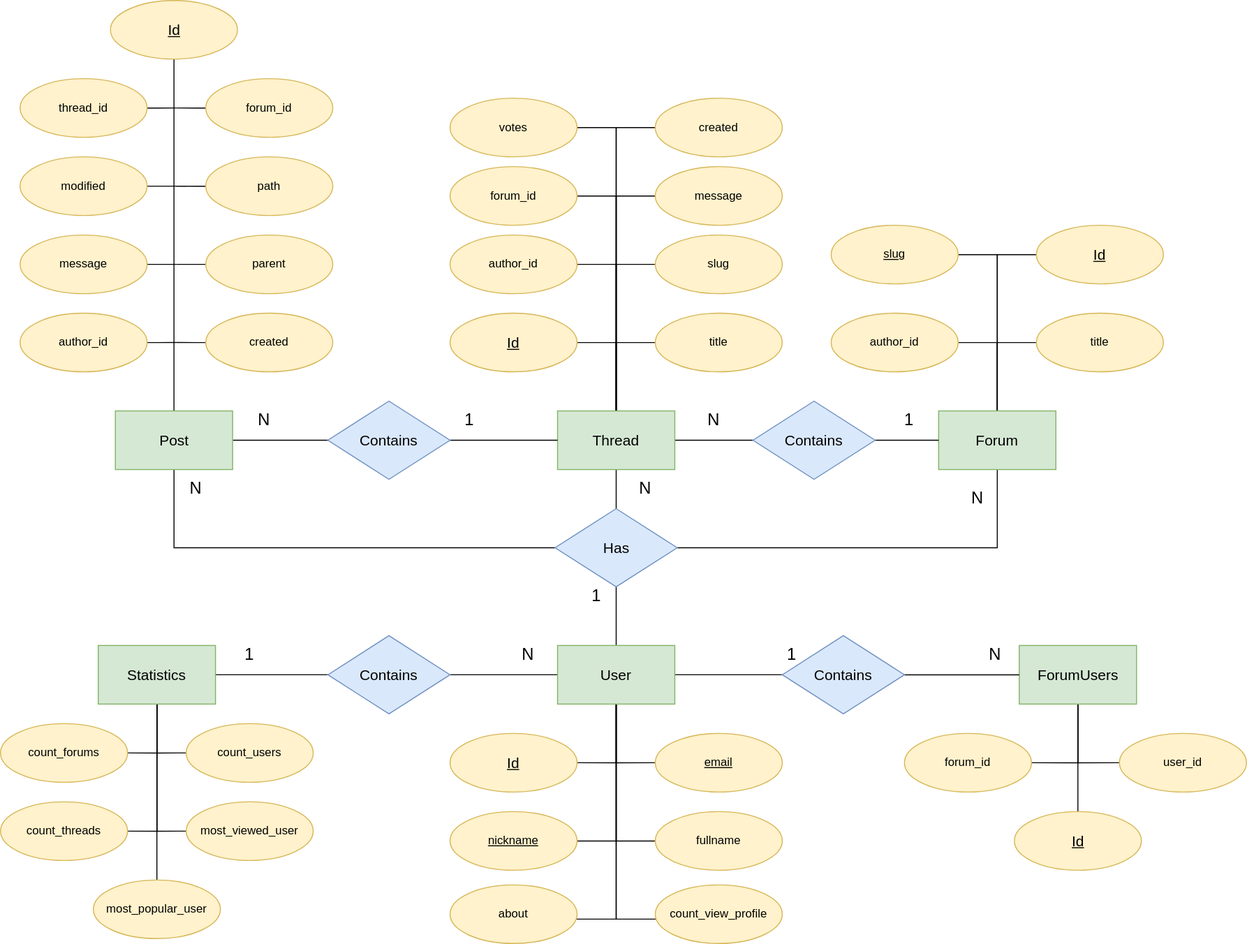
The draw.io diagram src/main/resources/ER.svg in viktorZebra/Web-Blog, before a commit. Source tidied: cells renumbered, new cells last; positions are measured from the earlier drawing's top-left corner, leaving out a move shared by most shapes.
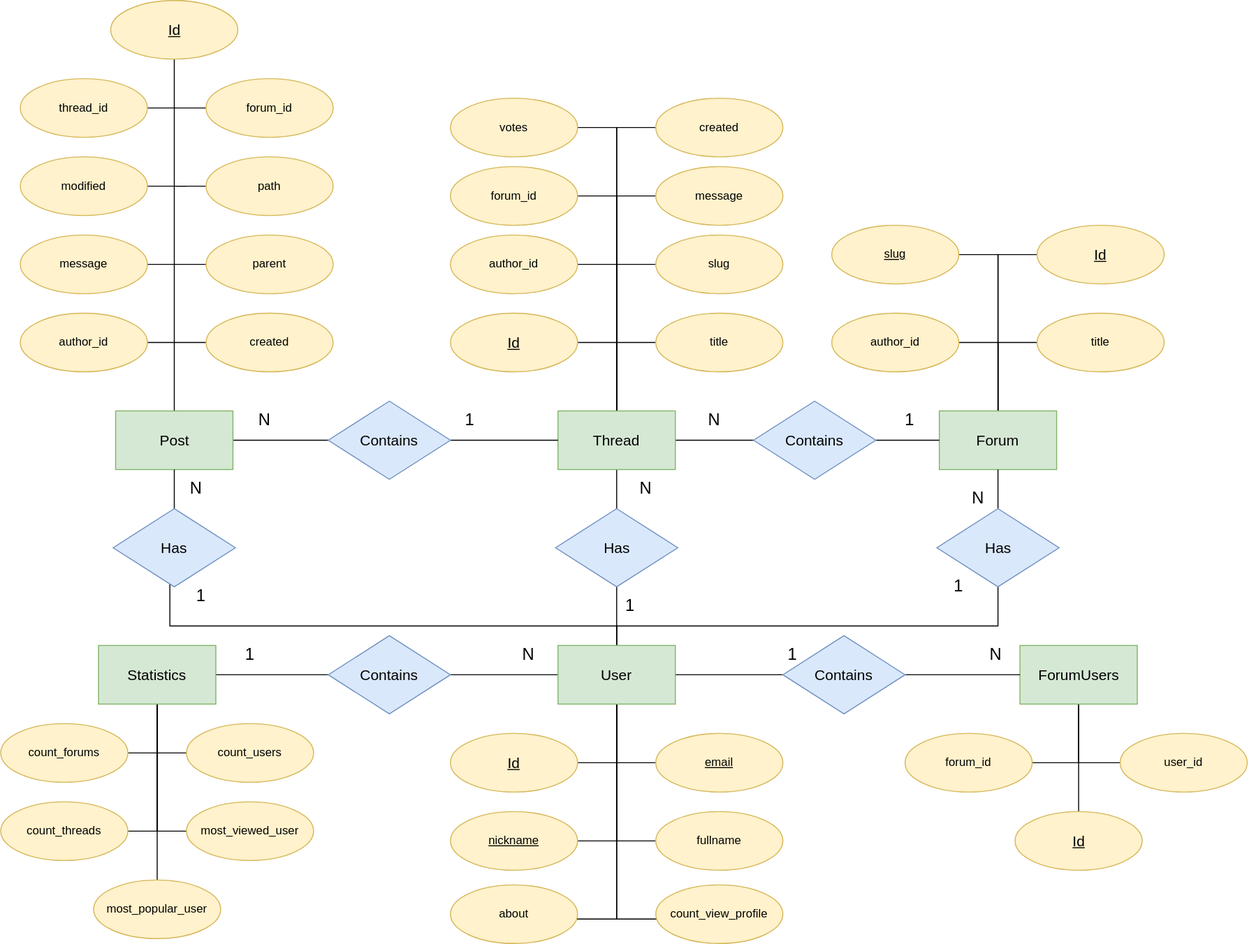
The same diagram one commit later.

Commit message:
Добавлено: исправлены ошибки сваггера и диаграмм

What changed in the source:
```diff
@@ -45,6 +45,22 @@
     <mxCell id="10" style="edgeStyle=orthogonalEdgeStyle;rounded=0;jettySize=auto;html=1;endArrow=none;endFill=0;" parent="1" edge="1" source="11" target="104">
       <mxGeometry relative="1" as="geometry" />
     </mxCell>
+    <mxCell id="107" style="edgeStyle=orthogonalEdgeStyle;rounded=0;jettySize=auto;html=1;endArrow=none;endFill=0;" parent="1" edge="1" source="11" target="110">
+      <mxGeometry relative="1" as="geometry">
+        <Array as="points">
+          <mxPoint x="630" y="640" />
+          <mxPoint x="173" y="640" />
+        </Array>
+      </mxGeometry>
+    </mxCell>
+    <mxCell id="108" style="edgeStyle=orthogonalEdgeStyle;rounded=0;jettySize=auto;html=1;endArrow=none;endFill=0;" parent="1" edge="1" source="11" target="112">
+      <mxGeometry relative="1" as="geometry">
+        <Array as="points">
+          <mxPoint x="630" y="640" />
+          <mxPoint x="1020" y="640" />
+        </Array>
+      </mxGeometry>
+    </mxCell>
     <mxCell id="11" value="&lt;font style=&quot;font-size: 15px&quot;&gt;User&lt;/font&gt;" style="rounded=0;whiteSpace=wrap;html=1;fillColor=#d5e8d4;strokeColor=#82b366;" parent="1" vertex="1">
       <mxGeometry x="570" y="660" width="120" height="60" as="geometry" />
     </mxCell>
@@ -69,12 +85,6 @@
     <mxCell id="18" style="edgeStyle=orthogonalEdgeStyle;rounded=0;jettySize=auto;html=1;endArrow=none;endFill=0;" parent="1" edge="1" source="21" target="62">
       <mxGeometry relative="1" as="geometry" />
     </mxCell>
-    <mxCell id="19" style="edgeStyle=orthogonalEdgeStyle;rounded=0;jettySize=auto;html=1;endArrow=none;endFill=0;" parent="1" edge="1" source="21" target="24">
-      <mxGeometry relative="1" as="geometry" />
-    </mxCell>
-    <mxCell id="20" style="edgeStyle=orthogonalEdgeStyle;rounded=0;jettySize=auto;html=1;endArrow=none;endFill=0;" parent="1" edge="1" source="21" target="47">
-      <mxGeometry relative="1" as="geometry" />
-    </mxCell>
     <mxCell id="21" value="&lt;font style=&quot;font-size: 15px&quot;&gt;Has&lt;/font&gt;" style="rhombus;whiteSpace=wrap;html=1;fillColor=#dae8fc;strokeColor=#6c8ebf;" parent="1" vertex="1">
       <mxGeometry x="567.5" y="520" width="125" height="80" as="geometry" />
     </mxCell>
@@ -290,7 +300,7 @@
       <mxGeometry x="460" y="100" width="130" height="60" as="geometry" />
     </mxCell>
     <mxCell id="71" value="&lt;font style=&quot;font-size: 17px&quot;&gt;1&lt;/font&gt;" style="text;html=1;strokeColor=none;fillColor=none;align=center;verticalAlign=middle;whiteSpace=wrap;rounded=0;" parent="1" vertex="1">
-      <mxGeometry x="590" y="600" width="40" height="20" as="geometry" />
+      <mxGeometry x="624" y="610" width="40" height="20" as="geometry" />
     </mxCell>
     <mxCell id="72" value="&lt;font style=&quot;font-size: 17px&quot;&gt;N&lt;/font&gt;" style="text;html=1;strokeColor=none;fillColor=none;align=center;verticalAlign=middle;whiteSpace=wrap;rounded=0;" parent="1" vertex="1">
       <mxGeometry x="640" y="490" width="40" height="20" as="geometry" />
@@ -402,5 +412,23 @@
     <mxCell id="106" value="&lt;font style=&quot;font-size: 17px&quot;&gt;N&lt;/font&gt;" style="text;html=1;strokeColor=none;fillColor=none;align=center;verticalAlign=middle;whiteSpace=wrap;rounded=0;" parent="1" vertex="1">
       <mxGeometry x="997.5" y="660" width="40" height="20" as="geometry" />
     </mxCell>
+    <mxCell id="109" style="edgeStyle=orthogonalEdgeStyle;rounded=0;jettySize=auto;html=1;endArrow=none;endFill=0;" parent="1" edge="1" source="110" target="24">
+      <mxGeometry relative="1" as="geometry" />
+    </mxCell>
+    <mxCell id="110" value="&lt;font style=&quot;font-size: 15px&quot;&gt;Has&lt;/font&gt;" style="rhombus;whiteSpace=wrap;html=1;fillColor=#dae8fc;strokeColor=#6c8ebf;" parent="1" vertex="1">
+      <mxGeometry x="115" y="520" width="125" height="80" as="geometry" />
+    </mxCell>
+    <mxCell id="111" style="edgeStyle=orthogonalEdgeStyle;rounded=0;jettySize=auto;html=1;endArrow=none;endFill=0;" parent="1" edge="1" source="112" target="47">
+      <mxGeometry relative="1" as="geometry" />
+    </mxCell>
+    <mxCell id="112" value="&lt;font style=&quot;font-size: 15px&quot;&gt;Has&lt;/font&gt;" style="rhombus;whiteSpace=wrap;html=1;fillColor=#dae8fc;strokeColor=#6c8ebf;" parent="1" vertex="1">
+      <mxGeometry x="957.5" y="520" width="125" height="80" as="geometry" />
+    </mxCell>
+    <mxCell id="113" value="&lt;font style=&quot;font-size: 17px&quot;&gt;1&lt;/font&gt;" style="text;html=1;strokeColor=none;fillColor=none;align=center;verticalAlign=middle;whiteSpace=wrap;rounded=0;" parent="1" vertex="1">
+      <mxGeometry x="185" y="600" width="40" height="20" as="geometry" />
+    </mxCell>
+    <mxCell id="114" value="&lt;font style=&quot;font-size: 17px&quot;&gt;1&lt;/font&gt;" style="text;html=1;strokeColor=none;fillColor=none;align=center;verticalAlign=middle;whiteSpace=wrap;rounded=0;" parent="1" vertex="1">
+      <mxGeometry x="960" y="590" width="40" height="20" as="geometry" />
+    </mxCell>
   </root>
 </mxGraphModel>
```
